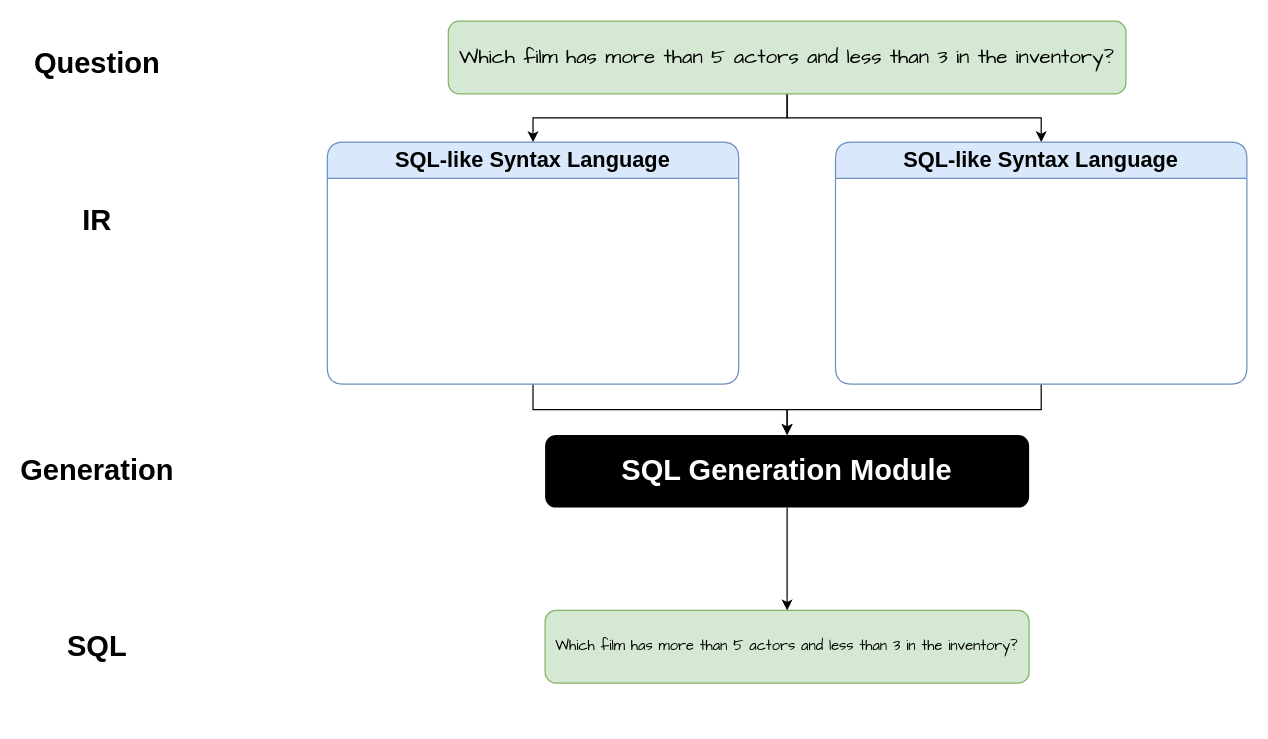
Above: 未命名绘图.drawio in MPX0222/PG-Assignments (draw.io), before the change. Source tidied: cells renumbered, new cells numbered last; positions are measured from the earlier drawing's top-left corner, leaving out a move shared by most shapes. Both pictures are drawn from the tidied source at 121%, with x=0, y=0 at pixel (36, 21).
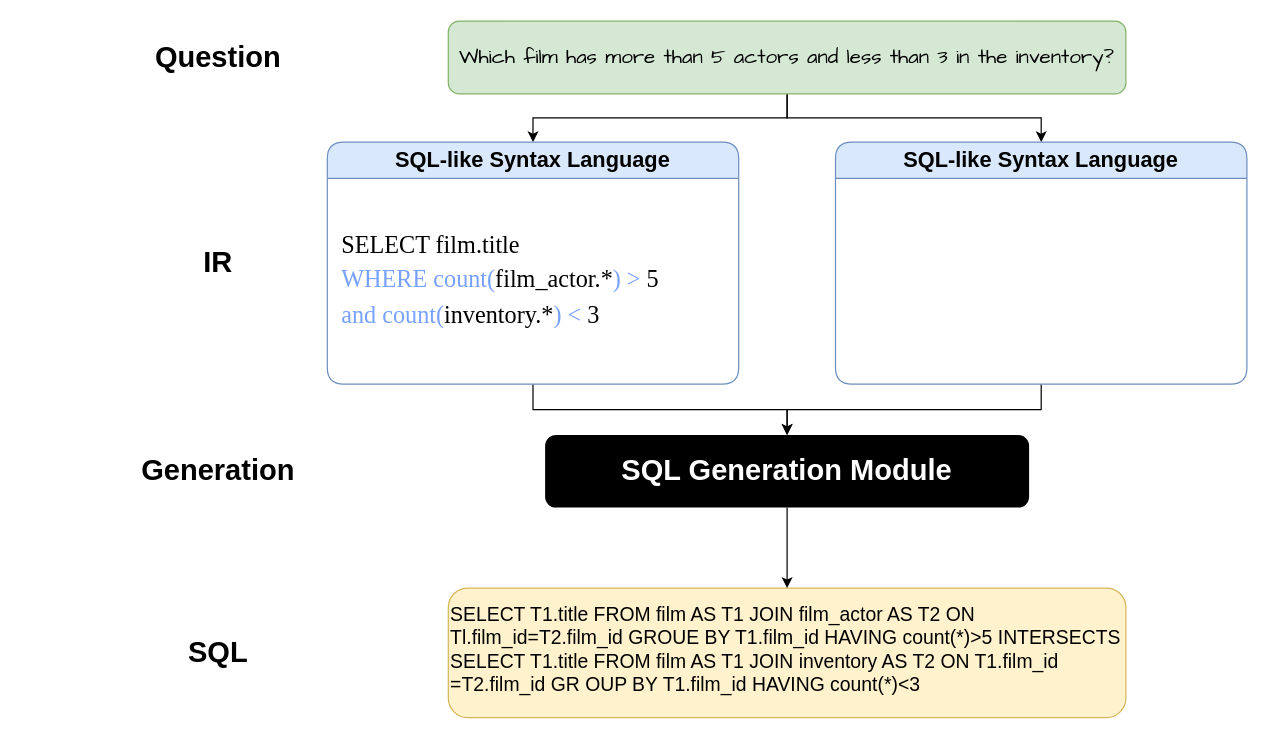
The same page after the edit.

Commit message (it also covers changes not shown here):
更新未命名绘图.drawio

What changed in the source:
```diff
@@
 <mxGraphModel>
   <root>
     <mxCell id="0" />
     <mxCell id="1" parent="0" />
     <mxCell id="2" style="edgeStyle=orthogonalEdgeStyle;rounded=0;jettySize=auto;html=1;exitX=0.5;exitY=1;exitDx=0;exitDy=0;entryX=0.5;entryY=0;entryDx=0;entryDy=0;" parent="1" edge="1" source="4" target="14">
       <mxGeometry relative="1" as="geometry" />
     </mxCell>
     <mxCell id="3" style="edgeStyle=orthogonalEdgeStyle;rounded=0;jettySize=auto;html=1;exitX=0.5;exitY=1;exitDx=0;exitDy=0;entryX=0.5;entryY=0;entryDx=0;entryDy=0;" parent="1" edge="1" source="4" target="15">
       <mxGeometry relative="1" as="geometry" />
     </mxCell>
     <mxCell id="4" value="&lt;div style=&quot;caret-color: rgb(0, 0, 0); color: rgb(0, 0, 0); text-align: start; font-size: 17px;&quot; title=&quot;Page 2&quot; class=&quot;page&quot;&gt;&lt;div class=&quot;layoutArea&quot; style=&quot;font-size: 17px;&quot;&gt;&lt;div class=&quot;column&quot; style=&quot;font-size: 17px;&quot;&gt;&lt;p style=&quot;font-size: 17px;&quot;&gt;&lt;span style=&quot;font-size: 17px;&quot;&gt;Which film has more than 5 actors and less than 3 in the inventory?&lt;/span&gt;&lt;/p&gt;&lt;/div&gt;&lt;/div&gt;&lt;/div&gt;" style="rounded=1;whiteSpace=wrap;html=1;fillColor=#d5e8d4;strokeColor=#82b366;fontFamily=Comic Sans MS;fontSize=17;" parent="1" vertex="1">
       <mxGeometry x="340" width="560" height="60" as="geometry" />
     </mxCell>
     <mxCell id="5" style="edgeStyle=orthogonalEdgeStyle;rounded=0;jettySize=auto;html=1;exitX=0.5;exitY=1;exitDx=0;exitDy=0;" parent="1" edge="1" source="14" target="13">
       <mxGeometry relative="1" as="geometry" />
     </mxCell>
     <mxCell id="6" value="Question" style="text;html=1;align=center;verticalAlign=middle;whiteSpace=wrap;rounded=0;fontSize=24;fontStyle=1;" parent="1" vertex="1">
-      <mxGeometry y="10" width="100" height="50" as="geometry" />
+      <mxGeometry x="100" y="5" width="100" height="50" as="geometry" />
     </mxCell>
     <mxCell id="7" value="IR" style="text;html=1;align=center;verticalAlign=middle;whiteSpace=wrap;rounded=0;fontSize=24;fontStyle=1;" parent="1" vertex="1">
-      <mxGeometry y="140" width="100" height="50" as="geometry" />
+      <mxGeometry x="100" y="175" width="100" height="50" as="geometry" />
     </mxCell>
     <mxCell id="8" value="Generation" style="text;html=1;align=center;verticalAlign=middle;whiteSpace=wrap;rounded=0;fontSize=24;fontStyle=1;" parent="1" vertex="1">
-      <mxGeometry y="347" width="100" height="50" as="geometry" />
+      <mxGeometry x="100" y="347" width="100" height="50" as="geometry" />
     </mxCell>
     <mxCell id="9" value="SQL" style="text;html=1;align=center;verticalAlign=middle;whiteSpace=wrap;rounded=0;fontSize=24;fontStyle=1;" parent="1" vertex="1">
-      <mxGeometry y="492" width="100" height="50" as="geometry" />
+      <mxGeometry x="100" y="497" width="100" height="50" as="geometry" />
     </mxCell>
-    <mxCell id="10" value="&lt;div class=&quot;page&quot; title=&quot;Page 2&quot; style=&quot;caret-color: rgb(0, 0, 0); color: rgb(0, 0, 0); text-align: start;&quot;&gt;&lt;div class=&quot;layoutArea&quot;&gt;&lt;div class=&quot;column&quot;&gt;&lt;p&gt;&lt;span style=&quot;font-size: 9pt;&quot;&gt;Which film has more than 5 actors and less than 3 in the inventory?&lt;/span&gt;&lt;/p&gt;&lt;/div&gt;&lt;/div&gt;&lt;/div&gt;" style="rounded=1;whiteSpace=wrap;html=1;fillColor=#d5e8d4;strokeColor=#82b366;fontFamily=Comic Sans MS;" parent="1" vertex="1">
-      <mxGeometry x="420" y="487" width="400" height="60" as="geometry" />
+    <mxCell id="10" value="&lt;div style=&quot;caret-color: rgb(0, 0, 0); color: rgb(0, 0, 0); text-align: start; font-size: 19px;&quot; title=&quot;Page 2&quot; class=&quot;page&quot;&gt;&lt;div class=&quot;layoutArea&quot; style=&quot;font-size: 19px;&quot;&gt;&lt;div class=&quot;column&quot; style=&quot;font-size: 19px;&quot;&gt;&lt;div class=&quot;page&quot; title=&quot;Page 2&quot; style=&quot;font-size: 19px;&quot;&gt;&lt;div class=&quot;layoutArea&quot; style=&quot;font-size: 19px;&quot;&gt;&lt;div class=&quot;column&quot; style=&quot;font-size: 19px;&quot;&gt;&lt;p style=&quot;font-size: 19px;&quot;&gt;&lt;br&gt;&lt;/p&gt;&lt;/div&gt;&lt;/div&gt;&lt;/div&gt;&lt;/div&gt;&lt;/div&gt;&lt;/div&gt;" style="rounded=1;whiteSpace=wrap;html=1;fillColor=#fff2cc;strokeColor=#d6b656;fontFamily=Comic Sans MS;fontSize=19;" parent="1" vertex="1">
+      <mxGeometry x="340" y="468.5" width="560" height="107" as="geometry" />
     </mxCell>
     <mxCell id="11" style="edgeStyle=orthogonalEdgeStyle;rounded=0;jettySize=auto;html=1;exitX=0.5;exitY=1;exitDx=0;exitDy=0;entryX=0.5;entryY=0;entryDx=0;entryDy=0;" parent="1" edge="1" source="15" target="13">
       <mxGeometry relative="1" as="geometry" />
     </mxCell>
     <mxCell id="12" style="edgeStyle=orthogonalEdgeStyle;rounded=0;jettySize=auto;html=1;exitX=0.5;exitY=1;exitDx=0;exitDy=0;entryX=0.5;entryY=0;entryDx=0;entryDy=0;" parent="1" edge="1" source="13" target="10">
       <mxGeometry relative="1" as="geometry" />
     </mxCell>
     <mxCell id="13" value="&lt;div class=&quot;page&quot; title=&quot;Page 2&quot; style=&quot;caret-color: rgb(0, 0, 0); text-align: start; font-size: 24px;&quot;&gt;&lt;div style=&quot;font-size: 24px;&quot; class=&quot;layoutArea&quot;&gt;&lt;div style=&quot;font-size: 24px;&quot; class=&quot;column&quot;&gt;&lt;p style=&quot;font-size: 24px;&quot;&gt;&lt;span style=&quot;font-size: 24px;&quot;&gt;SQL Generation Module&lt;/span&gt;&lt;/p&gt;&lt;/div&gt;&lt;/div&gt;&lt;/div&gt;" style="rounded=1;whiteSpace=wrap;html=1;fillColor=#000000;strokeColor=none;fontFamily=Helvetica;fontSize=24;fontStyle=1;fontColor=#FFFFFF;" parent="1" vertex="1">
       <mxGeometry x="420" y="342" width="400" height="60" as="geometry" />
     </mxCell>
     <mxCell id="14" value="SQL-like Syntax Language" style="swimlane;whiteSpace=wrap;html=1;fillColor=#dae8fc;strokeColor=#6c8ebf;rounded=1;startSize=30;fontSize=18;" parent="1" vertex="1">
       <mxGeometry x="240" y="100" width="340" height="200" as="geometry" />
     </mxCell>
+    <mxCell id="16" value="&lt;font style=&quot;font-size: 20px;&quot;&gt;SELECT film.title&amp;nbsp;&lt;/font&gt;&lt;div style=&quot;font-size: 20px; line-height: 150%;&quot;&gt;&lt;font style=&quot;font-size: 20px;&quot;&gt;&lt;span style=&quot;color: rgb(119, 161, 255);&quot;&gt;WHERE count(&lt;/span&gt;film_actor.*&lt;span style=&quot;color: rgb(119, 161, 255);&quot;&gt;) &amp;gt;&amp;nbsp;&lt;/span&gt;5&lt;/font&gt;&lt;/div&gt;&lt;div style=&quot;font-size: 20px; line-height: 150%;&quot;&gt;&lt;font style=&quot;font-size: 20px;&quot;&gt;&lt;span style=&quot;color: rgb(119, 161, 255);&quot;&gt;and count(&lt;/span&gt;inventory.*&lt;span style=&quot;color: rgb(119, 161, 255);&quot;&gt;) &amp;lt;&amp;nbsp;&lt;/span&gt;3&lt;/font&gt;&lt;/div&gt;" style="text;html=1;align=left;verticalAlign=middle;whiteSpace=wrap;rounded=1;fontFamily=Garamond;fontSize=18;" parent="14" vertex="1">
+      <mxGeometry x="10" y="30" width="320" height="170" as="geometry" />
+    </mxCell>
     <mxCell id="15" value="SQL-like Syntax Language" style="swimlane;whiteSpace=wrap;html=1;fillColor=#dae8fc;strokeColor=#6c8ebf;rounded=1;startSize=30;fontSize=18;" parent="1" vertex="1">
       <mxGeometry x="660" y="100" width="340" height="200" as="geometry" />
     </mxCell>
+    <mxCell id="17" value="&lt;div style=&quot;font-size: 16px;&quot;&gt;&lt;font face=&quot;Helvetica&quot;&gt;SELECT T1.title FROM film AS T1 JOIN film_actor AS T2 ON Tl.film_id=T2.film_id GROUE BY T1.film_id HAVING count(*)&amp;gt;5 INTERSECTS SELECT T1.title FROM film AS T1 JOIN inventory AS T2 ON T1.film_id =T2.film_id GR OUP BY T1.film_id HAVING count(*)&amp;lt;3&lt;/font&gt;&lt;/div&gt;" style="text;html=1;align=left;verticalAlign=middle;whiteSpace=wrap;rounded=1;fontSize=16;fontFamily=Verdana;" parent="1" vertex="1">
+      <mxGeometry x="340" y="468.5" width="560" height="101.5" as="geometry" />
+    </mxCell>
   </root>
 </mxGraphModel>
```
